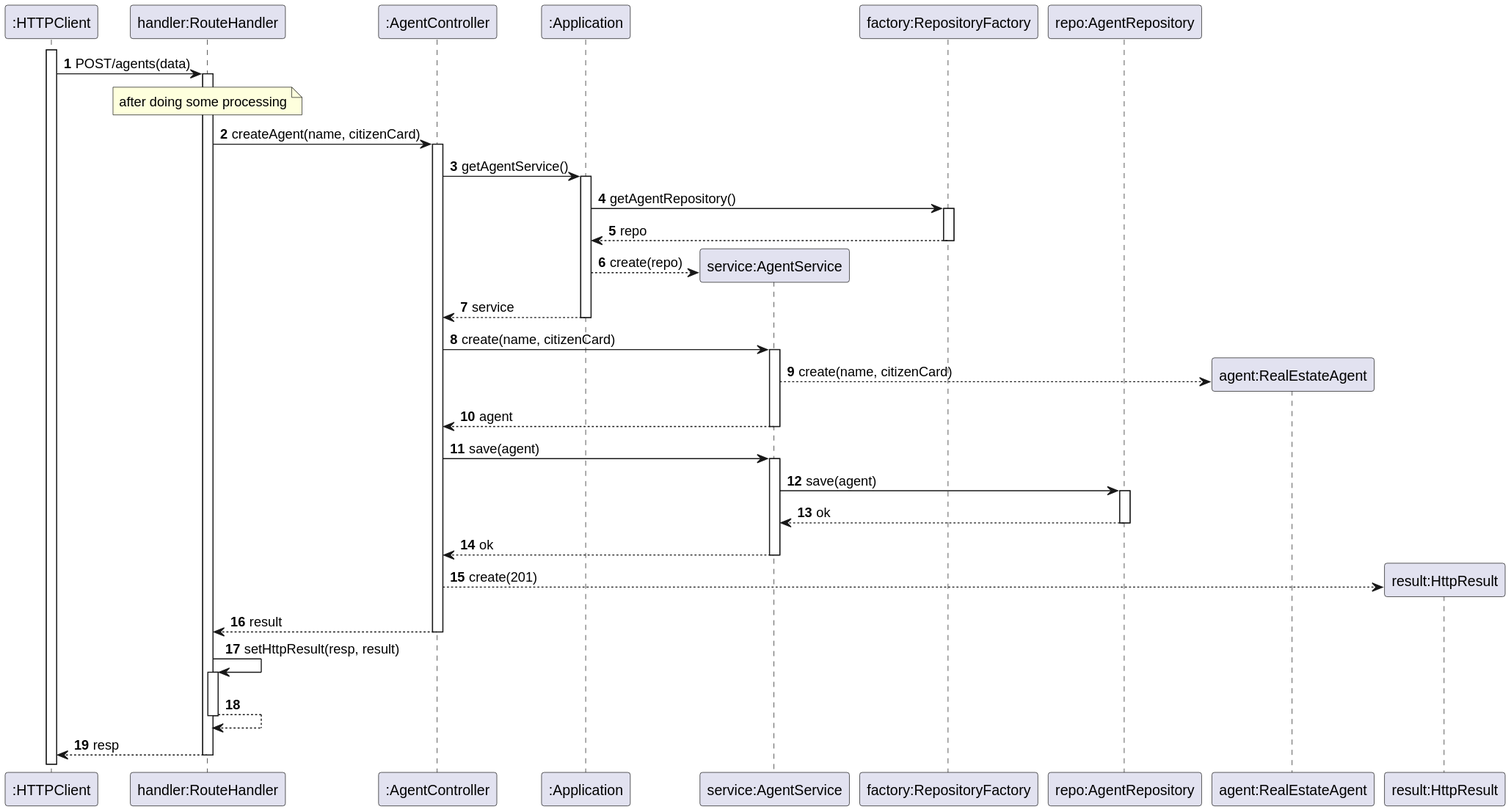
goncalomaia18/leti-esoft-24-25-A2 keeps this PlantUML diagram as docs/Sprint4/US11/US11-SD-RestAPI-Simplified.svg. Above is the earlier version. Its diagram source:
```plantuml
@startuml
autoactivate on
autonumber

participant ":HTTPClient" as HTTPClient
participant "handler:RouteHandler" as System
participant ":AgentController" as Ctrl
participant ":Application" as App
participant "service:AgentService" as Service
participant "factory:RepositoryFactory" as Factory
participant "repo:AgentRepository" as Repo
participant "agent:RealEstateAgent" as Agent
participant "result:HttpResult" as Result

activate HTTPClient

HTTPClient -> System: POST/agents(data)

note over System: after doing some processing

System -> Ctrl: createAgent(name, citizenCard)
Ctrl -> App: getAgentService()
App -> Factory : getAgentRepository()
Factory --> App: repo
App --> Service**: create(repo)
App --> Ctrl: service
Ctrl -> Service: create(name, citizenCard)
Service --> Agent**: create(name, citizenCard)
Service --> Ctrl: agent
Ctrl -> Service: save(agent)
Service -> Repo: save(agent)
Repo --> Service: ok
Service --> Ctrl: ok
Ctrl --> Result**: create(201)
Ctrl --> System: result
System -> System: setHttpResult(resp, result)
System --> System:
System --> HTTPClient: resp
@enduml
```
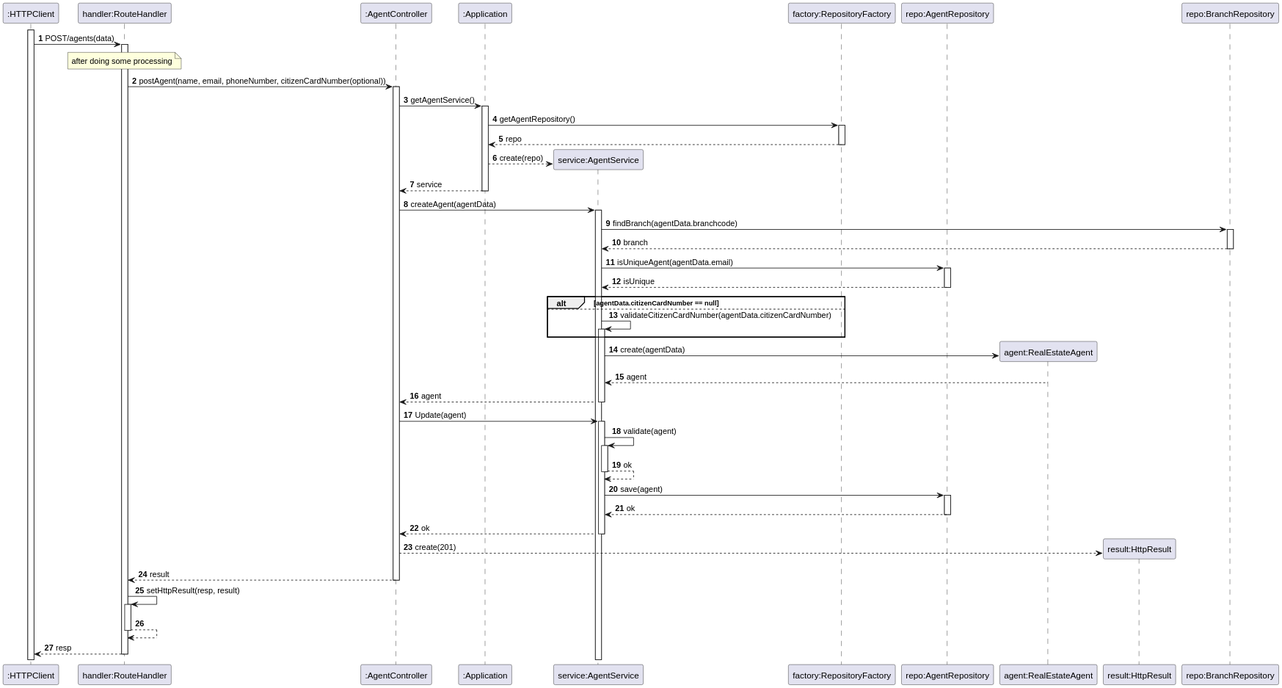
Later version of the same file.

Change to the diagram source:
```diff
@@ -11,23 +11,36 @@
 participant "repo:AgentRepository" as Repo
 participant "agent:RealEstateAgent" as Agent
 participant "result:HttpResult" as Result
-
+participant "repo:BranchRepository" as BranchRepo
 activate HTTPClient
 
 HTTPClient -> System: POST/agents(data)
 
 note over System: after doing some processing
 
-System -> Ctrl: createAgent(name, citizenCard)
+System -> Ctrl: postAgent(name, email, phoneNumber, citizenCardNumber(optional))
 Ctrl -> App: getAgentService()
 App -> Factory : getAgentRepository()
 Factory --> App: repo
 App --> Service**: create(repo)
 App --> Ctrl: service
-Ctrl -> Service: create(name, citizenCard)
-Service --> Agent**: create(name, citizenCard)
+Ctrl -> Service: createAgent(agentData)
+
+Service -> BranchRepo: findBranch(agentData.branchcode)
+BranchRepo --> Service: branch
+
+Service -> Repo: isUniqueAgent(agentData.email)
+Repo --> Service: isUnique
+alt agentData.citizenCardNumber == null
+else
+    Service -> Service: validateCitizenCardNumber(agentData.citizenCardNumber)
+end
+Service -> Agent**: create(agentData)
+Agent --> Service: agent
 Service --> Ctrl: agent
-Ctrl -> Service: save(agent)
+Ctrl -> Service: Update(agent)
+Service -> Service : validate(agent)
+Service --> Service : ok
 Service -> Repo: save(agent)
 Repo --> Service: ok
 Service --> Ctrl: ok
```
